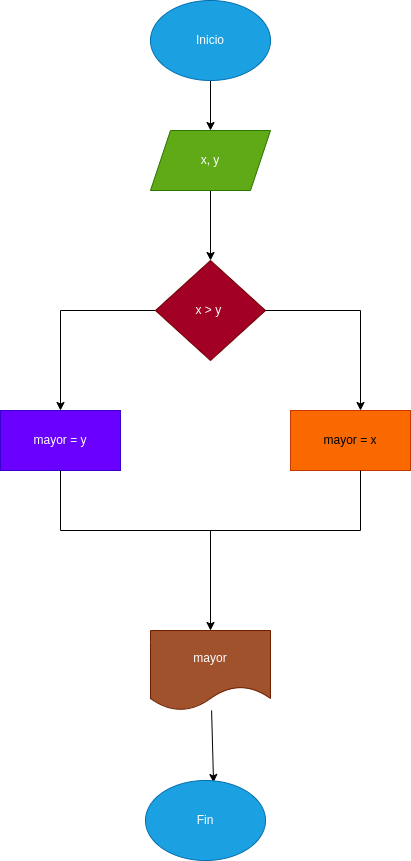
andresgarcia108/mayor_2enteros keeps this draw.io diagram as diagrama.png. Above is the earlier version. Source tidied: cells renumbered, new cells last; positions are measured from the earlier drawing's top-left corner, leaving out a move shared by most shapes.
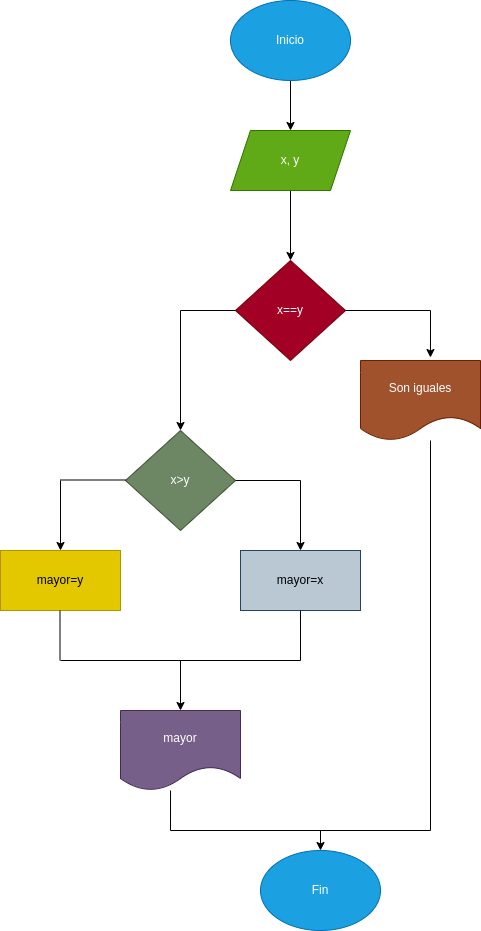
Later version of the same file.

Commit message:
Se modificó el diagrama de flujo y el código

Diff of the diagram source:
```diff
@@ -14,67 +14,116 @@
     <mxCell id="5" value="x, y" style="shape=parallelogram;perimeter=parallelogramPerimeter;whiteSpace=wrap;html=1;fixedSize=1;fillColor=#60a917;fontColor=#ffffff;strokeColor=#2D7600;" parent="1" vertex="1">
       <mxGeometry x="150" y="130" width="120" height="60" as="geometry" />
     </mxCell>
-    <mxCell id="6" value="x &amp;gt; y&amp;nbsp;" style="rhombus;whiteSpace=wrap;html=1;fillColor=#a20025;fontColor=#ffffff;strokeColor=#6F0000;" parent="1" vertex="1">
+    <mxCell id="6" value="x==y" style="rhombus;whiteSpace=wrap;html=1;fillColor=#a20025;fontColor=#ffffff;strokeColor=#6F0000;" parent="1" vertex="1">
       <mxGeometry x="155" y="260" width="110" height="100" as="geometry" />
     </mxCell>
-    <mxCell id="7" style="endArrow=none;html=1;exitX=1;exitY=0.5;exitDx=0;exitDy=0;" parent="1" edge="1" source="6">
-      <mxGeometry relative="1" as="geometry">
-        <mxPoint x="360" y="310" as="targetPoint" />
-      </mxGeometry>
-    </mxCell>
-    <mxCell id="8" style="endArrow=none;html=1;entryX=0;entryY=0.5;entryDx=0;entryDy=0;" parent="1" edge="1" target="6">
-      <mxGeometry relative="1" as="geometry">
-        <mxPoint x="60" y="310" as="sourcePoint" />
-      </mxGeometry>
-    </mxCell>
-    <mxCell id="9" style="endArrow=classic;html=1;" parent="1" edge="1">
-      <mxGeometry relative="1" as="geometry">
-        <mxPoint x="360" y="310" as="sourcePoint" />
-        <mxPoint x="360" y="410" as="targetPoint" />
-      </mxGeometry>
-    </mxCell>
-    <mxCell id="10" style="endArrow=classic;html=1;" parent="1" edge="1">
-      <mxGeometry relative="1" as="geometry">
-        <mxPoint x="60" y="310" as="sourcePoint" />
-        <mxPoint x="60" y="410" as="targetPoint" />
-      </mxGeometry>
-    </mxCell>
-    <mxCell id="11" value="mayor = x" style="rounded=0;whiteSpace=wrap;html=1;fillColor=#fa6800;fontColor=#000000;strokeColor=#C73500;" parent="1" vertex="1">
-      <mxGeometry x="290" y="410" width="120" height="60" as="geometry" />
-    </mxCell>
-    <mxCell id="12" value="mayor = y" style="rounded=0;whiteSpace=wrap;html=1;fillColor=#6a00ff;fontColor=#ffffff;strokeColor=#3700CC;" parent="1" vertex="1">
-      <mxGeometry y="410" width="120" height="60" as="geometry" />
-    </mxCell>
-    <mxCell id="13" style="endArrow=none;html=1;exitX=0.5;exitY=1;exitDx=0;exitDy=0;" parent="1" edge="1" source="12">
-      <mxGeometry relative="1" as="geometry">
-        <mxPoint x="60" y="530" as="targetPoint" />
-      </mxGeometry>
-    </mxCell>
-    <mxCell id="14" style="endArrow=none;html=1;exitX=0.5;exitY=1;exitDx=0;exitDy=0;" parent="1" edge="1">
-      <mxGeometry relative="1" as="geometry">
-        <mxPoint x="360" y="470" as="sourcePoint" />
-        <mxPoint x="360" y="530" as="targetPoint" />
-      </mxGeometry>
-    </mxCell>
-    <mxCell id="15" style="endArrow=none;html=1;" parent="1" edge="1">
-      <mxGeometry relative="1" as="geometry">
-        <mxPoint x="60" y="530" as="sourcePoint" />
-        <mxPoint x="360" y="530" as="targetPoint" />
-      </mxGeometry>
-    </mxCell>
-    <mxCell id="16" style="endArrow=classic;html=1;entryX=0.5;entryY=0;entryDx=0;entryDy=0;" parent="1" edge="1" target="18">
-      <mxGeometry relative="1" as="geometry">
-        <mxPoint x="210" y="530" as="sourcePoint" />
-      </mxGeometry>
-    </mxCell>
-    <mxCell id="17" style="edgeStyle=none;html=1;entryX=0.567;entryY=0.025;entryDx=0;entryDy=0;entryPerimeter=0;" parent="1" edge="1" source="18" target="19">
-      <mxGeometry relative="1" as="geometry" />
-    </mxCell>
-    <mxCell id="18" value="mayor" style="shape=document;whiteSpace=wrap;html=1;boundedLbl=1;fillColor=#a0522d;fontColor=#ffffff;strokeColor=#6D1F00;" parent="1" vertex="1">
-      <mxGeometry x="150" y="630" width="120" height="80" as="geometry" />
+    <mxCell id="18" value="mayor" style="shape=document;whiteSpace=wrap;html=1;boundedLbl=1;fillColor=#76608a;fontColor=#ffffff;strokeColor=#432D57;" parent="1" vertex="1">
+      <mxGeometry x="40" y="710" width="120" height="80" as="geometry" />
     </mxCell>
     <mxCell id="19" value="Fin" style="ellipse;whiteSpace=wrap;html=1;fillColor=#1ba1e2;fontColor=#ffffff;strokeColor=#006EAF;" parent="1" vertex="1">
-      <mxGeometry x="145" y="780" width="120" height="80" as="geometry" />
+      <mxGeometry x="180" y="850" width="120" height="80" as="geometry" />
     </mxCell>
+    <mxCell id="20" style="endArrow=none;html=1;exitX=1;exitY=0.5;exitDx=0;exitDy=0;" parent="1" edge="1" source="6">
+      <mxGeometry relative="1" as="geometry">
+        <mxPoint x="350" y="310" as="targetPoint" />
+      </mxGeometry>
+    </mxCell>
+    <mxCell id="21" style="endArrow=classic;html=1;entryX=0.583;entryY=-0.037;entryDx=0;entryDy=0;entryPerimeter=0;" parent="1" edge="1" target="22">
+      <mxGeometry relative="1" as="geometry">
+        <mxPoint x="350" y="310" as="sourcePoint" />
+      </mxGeometry>
+    </mxCell>
+    <mxCell id="22" value="Son iguales" style="shape=document;whiteSpace=wrap;html=1;boundedLbl=1;fillColor=#a0522d;fontColor=#ffffff;strokeColor=#6D1F00;" parent="1" vertex="1">
+      <mxGeometry x="280" y="360" width="120" height="80" as="geometry" />
+    </mxCell>
+    <mxCell id="23" style="endArrow=none;html=1;" parent="1" edge="1">
+      <mxGeometry relative="1" as="geometry">
+        <mxPoint x="100" y="310" as="sourcePoint" />
+        <mxPoint x="155" y="310" as="targetPoint" />
+      </mxGeometry>
+    </mxCell>
+    <mxCell id="24" style="endArrow=classic;html=1;" parent="1" edge="1">
+      <mxGeometry relative="1" as="geometry">
+        <mxPoint x="100" y="310" as="sourcePoint" />
+        <mxPoint x="100" y="430" as="targetPoint" />
+      </mxGeometry>
+    </mxCell>
+    <mxCell id="25" value="x&amp;gt;y" style="rhombus;whiteSpace=wrap;html=1;fillColor=#6d8764;fontColor=#ffffff;strokeColor=#3A5431;" parent="1" vertex="1">
+      <mxGeometry x="45" y="430" width="110" height="100" as="geometry" />
+    </mxCell>
+    <mxCell id="26" style="endArrow=none;html=1;exitX=1;exitY=0.5;exitDx=0;exitDy=0;" parent="1" edge="1" source="25">
+      <mxGeometry relative="1" as="geometry">
+        <mxPoint x="220" y="480" as="targetPoint" />
+      </mxGeometry>
+    </mxCell>
+    <mxCell id="27" style="endArrow=classic;html=1;" parent="1" edge="1">
+      <mxGeometry relative="1" as="geometry">
+        <mxPoint x="220" y="480" as="sourcePoint" />
+        <mxPoint x="220" y="550" as="targetPoint" />
+      </mxGeometry>
+    </mxCell>
+    <mxCell id="28" value="mayor=x" style="rounded=0;whiteSpace=wrap;html=1;fillColor=#bac8d3;strokeColor=#23445d;" parent="1" vertex="1">
+      <mxGeometry x="160" y="550" width="120" height="60" as="geometry" />
+    </mxCell>
+    <mxCell id="29" style="endArrow=none;html=1;exitX=1;exitY=0.5;exitDx=0;exitDy=0;" parent="1" edge="1">
+      <mxGeometry relative="1" as="geometry">
+        <mxPoint x="-20" y="479.5" as="sourcePoint" />
+        <mxPoint x="45" y="479.5" as="targetPoint" />
+      </mxGeometry>
+    </mxCell>
+    <mxCell id="30" style="endArrow=classic;html=1;" parent="1" edge="1">
+      <mxGeometry relative="1" as="geometry">
+        <mxPoint x="-20" y="480" as="sourcePoint" />
+        <mxPoint x="-20" y="550" as="targetPoint" />
+      </mxGeometry>
+    </mxCell>
+    <mxCell id="31" value="mayor=y" style="rounded=0;whiteSpace=wrap;html=1;fillColor=#e3c800;fontColor=#000000;strokeColor=#B09500;" parent="1" vertex="1">
+      <mxGeometry x="-80" y="550" width="120" height="60" as="geometry" />
+    </mxCell>
+    <mxCell id="32" style="endArrow=none;html=1;exitX=0.5;exitY=1;exitDx=0;exitDy=0;" parent="1" edge="1" source="28">
+      <mxGeometry relative="1" as="geometry">
+        <mxPoint x="220" y="660" as="targetPoint" />
+      </mxGeometry>
+    </mxCell>
+    <mxCell id="33" style="endArrow=none;html=1;exitX=0.5;exitY=1;exitDx=0;exitDy=0;" parent="1" edge="1">
+      <mxGeometry relative="1" as="geometry">
+        <mxPoint x="-20.5" y="610" as="sourcePoint" />
+        <mxPoint x="-20.5" y="660" as="targetPoint" />
+      </mxGeometry>
+    </mxCell>
+    <mxCell id="34" style="endArrow=none;html=1;" parent="1" edge="1">
+      <mxGeometry relative="1" as="geometry">
+        <mxPoint x="220" y="660" as="sourcePoint" />
+        <mxPoint x="-20" y="660" as="targetPoint" />
+      </mxGeometry>
+    </mxCell>
+    <mxCell id="35" style="endArrow=classic;html=1;" parent="1" edge="1">
+      <mxGeometry relative="1" as="geometry">
+        <mxPoint x="100" y="660" as="sourcePoint" />
+        <mxPoint x="100" y="710" as="targetPoint" />
+      </mxGeometry>
+    </mxCell>
+    <mxCell id="36" style="endArrow=none;html=1;entryX=0.417;entryY=1;entryDx=0;entryDy=0;entryPerimeter=0;" parent="1" edge="1" target="18">
+      <mxGeometry relative="1" as="geometry">
+        <mxPoint x="90" y="830" as="sourcePoint" />
+      </mxGeometry>
+    </mxCell>
+    <mxCell id="37" style="endArrow=none;html=1;" parent="1" edge="1">
+      <mxGeometry relative="1" as="geometry">
+        <mxPoint x="90" y="830" as="sourcePoint" />
+        <mxPoint x="350" y="830" as="targetPoint" />
+      </mxGeometry>
+    </mxCell>
+    <mxCell id="38" style="endArrow=classic;html=1;entryX=0.5;entryY=0;entryDx=0;entryDy=0;" parent="1" edge="1" target="19">
+      <mxGeometry relative="1" as="geometry">
+        <mxPoint x="240" y="830" as="sourcePoint" />
+      </mxGeometry>
+    </mxCell>
+    <mxCell id="39" style="endArrow=none;html=1;" parent="1" edge="1">
+      <mxGeometry relative="1" as="geometry">
+        <mxPoint x="350" y="830" as="sourcePoint" />
+        <mxPoint x="350" y="440" as="targetPoint" />
+      </mxGeometry>
+    </mxCell>
   </root>
 </mxGraphModel>
```
